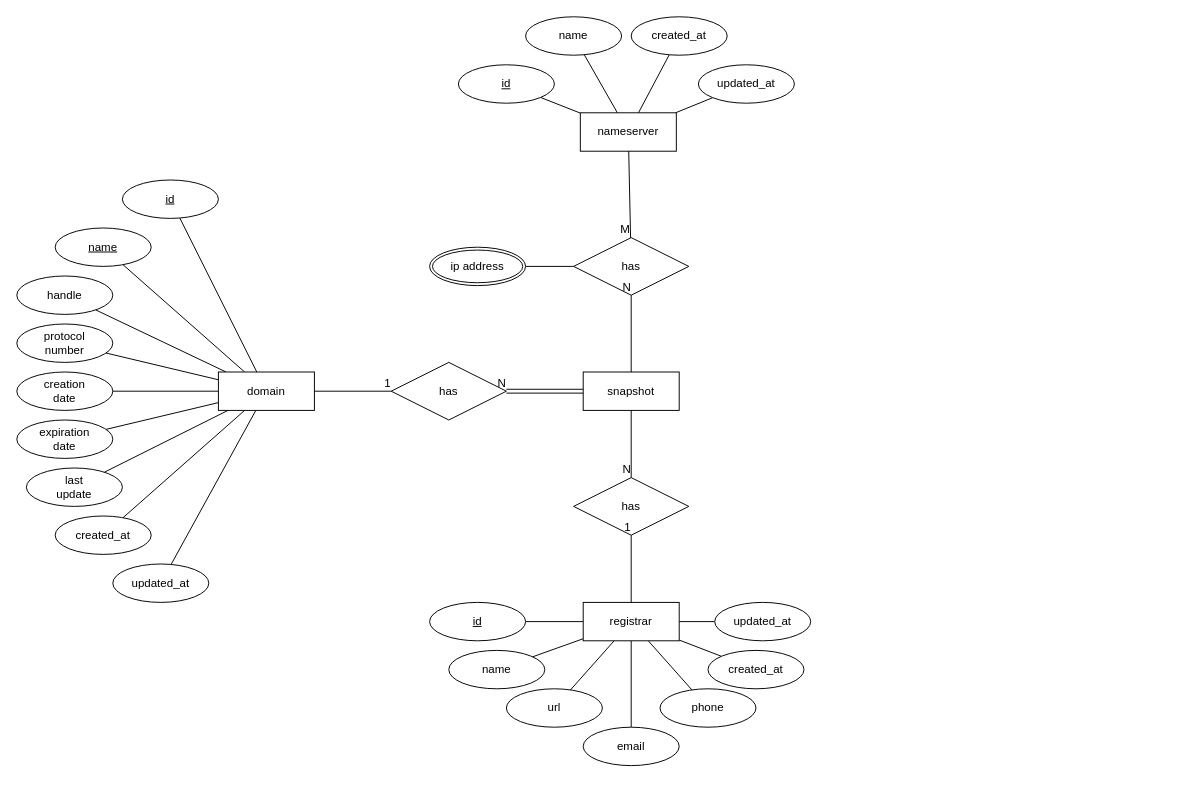
Before: model.drawio in aik8/whois-api, a draw.io diagram. Source tidied: cells renumbered, new cells numbered last; positions are measured from the earlier drawing's top-left corner, leaving out a move shared by most shapes. Both pictures are drawn from the tidied source at 96%, with x=0, y=0 at pixel (16, 16).
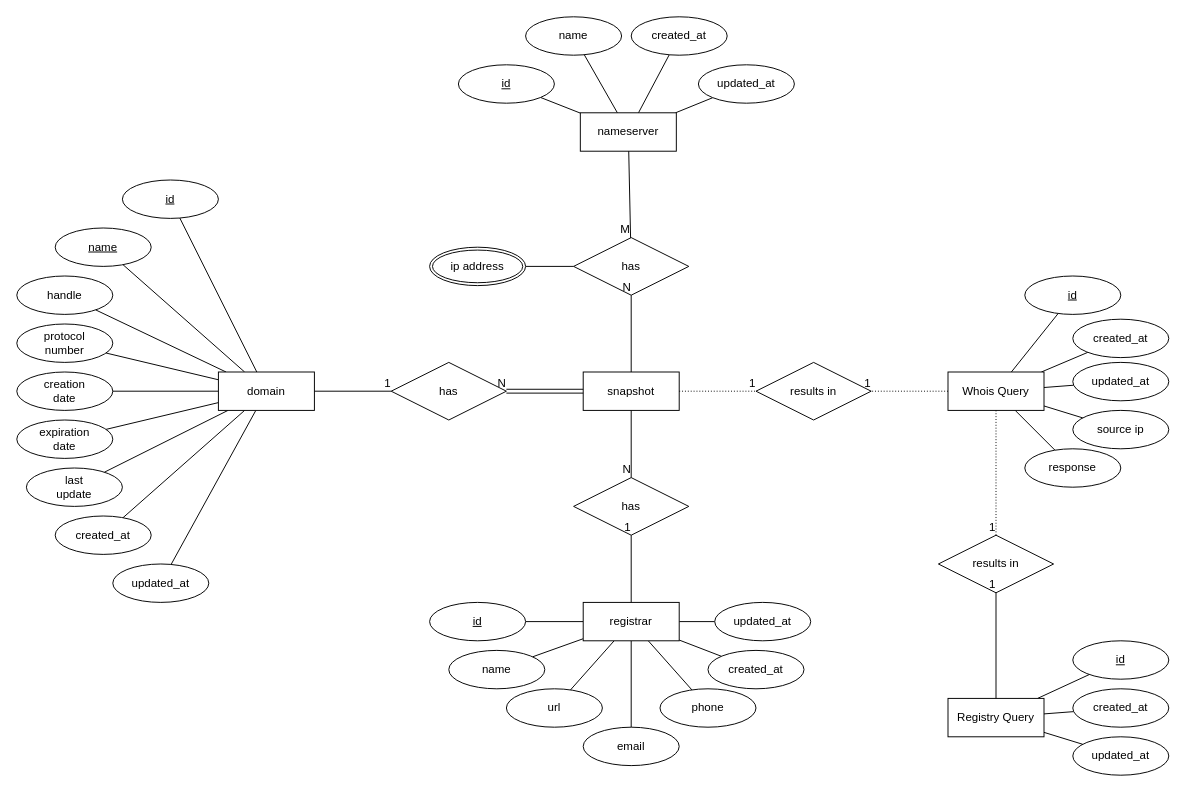
The same diagram, later.

Commit message:
chore(model): add a query log part to the model

The change refers to these unchanged cells:
```xml
<mxCell id="34" value="snapshot" style="whiteSpace=wrap;html=1;align=center;" parent="1" vertex="1">
  <mxGeometry x="590" y="370" width="100" height="40" as="geometry" />
</mxCell>
```

Diff of the diagram source:
```diff
@@
+    <mxCell id="63" style="edgeStyle=none;rounded=0;jettySize=auto;html=1;endArrow=none;endFill=0;" parent="1" edge="1" source="66" target="74">
+      <mxGeometry relative="1" as="geometry" />
+    </mxCell>
+    <mxCell id="64" style="edgeStyle=none;rounded=0;jettySize=auto;html=1;endArrow=none;endFill=0;" parent="1" edge="1" source="66" target="77">
+      <mxGeometry relative="1" as="geometry" />
+    </mxCell>
+    <mxCell id="65" style="edgeStyle=none;rounded=0;jettySize=auto;html=1;endArrow=none;endFill=0;" parent="1" edge="1" source="66" target="78">
+      <mxGeometry relative="1" as="geometry" />
+    </mxCell>
+    <mxCell id="66" value="Registry Query" style="whiteSpace=wrap;html=1;align=center;" parent="1" vertex="1">
+      <mxGeometry x="970" y="710" width="100" height="40" as="geometry" />
+    </mxCell>
+    <mxCell id="67" style="rounded=0;jettySize=auto;html=1;endArrow=none;endFill=0;" parent="1" edge="1" source="72" target="75">
+      <mxGeometry relative="1" as="geometry" />
+    </mxCell>
+    <mxCell id="68" style="edgeStyle=none;rounded=0;jettySize=auto;html=1;endArrow=none;endFill=0;" parent="1" edge="1" source="72" target="73">
+      <mxGeometry relative="1" as="geometry" />
+    </mxCell>
+    <mxCell id="69" style="edgeStyle=none;rounded=0;jettySize=auto;html=1;endArrow=none;endFill=0;" parent="1" edge="1" source="72" target="76">
+      <mxGeometry relative="1" as="geometry" />
+    </mxCell>
+    <mxCell id="70" style="edgeStyle=none;rounded=0;jettySize=auto;html=1;endArrow=none;endFill=0;" parent="1" edge="1" source="72" target="80">
+      <mxGeometry relative="1" as="geometry" />
+    </mxCell>
+    <mxCell id="71" style="edgeStyle=none;rounded=0;jettySize=auto;html=1;endArrow=none;endFill=0;" parent="1" edge="1" source="72" target="81">
+      <mxGeometry relative="1" as="geometry" />
+    </mxCell>
+    <mxCell id="72" value="Whois Query" style="whiteSpace=wrap;html=1;align=center;" parent="1" vertex="1">
+      <mxGeometry x="970" y="370" width="100" height="40" as="geometry" />
+    </mxCell>
+    <mxCell id="73" value="created_at" style="ellipse;whiteSpace=wrap;html=1;align=center;" parent="1" vertex="1">
+      <mxGeometry x="1100" y="315" width="100" height="40" as="geometry" />
+    </mxCell>
+    <mxCell id="74" value="id" style="ellipse;whiteSpace=wrap;html=1;align=center;fontStyle=4;" parent="1" vertex="1">
+      <mxGeometry x="1100" y="650" width="100" height="40" as="geometry" />
+    </mxCell>
+    <mxCell id="75" value="id" style="ellipse;whiteSpace=wrap;html=1;align=center;fontStyle=4;" parent="1" vertex="1">
+      <mxGeometry x="1050" y="270" width="100" height="40" as="geometry" />
+    </mxCell>
+    <mxCell id="76" value="updated_at" style="ellipse;whiteSpace=wrap;html=1;align=center;" parent="1" vertex="1">
+      <mxGeometry x="1100" y="360" width="100" height="40" as="geometry" />
+    </mxCell>
+    <mxCell id="77" value="created_at" style="ellipse;whiteSpace=wrap;html=1;align=center;" parent="1" vertex="1">
+      <mxGeometry x="1100" y="700" width="100" height="40" as="geometry" />
+    </mxCell>
+    <mxCell id="78" value="updated_at" style="ellipse;whiteSpace=wrap;html=1;align=center;" parent="1" vertex="1">
+      <mxGeometry x="1100" y="750" width="100" height="40" as="geometry" />
+    </mxCell>
+    <mxCell id="79" value="results in" style="shape=rhombus;perimeter=rhombusPerimeter;whiteSpace=wrap;html=1;align=center;" parent="1" vertex="1">
+      <mxGeometry x="770" y="360" width="120" height="60" as="geometry" />
+    </mxCell>
+    <mxCell id="80" value="source ip" style="ellipse;whiteSpace=wrap;html=1;align=center;" parent="1" vertex="1">
+      <mxGeometry x="1100" y="410" width="100" height="40" as="geometry" />
+    </mxCell>
+    <mxCell id="81" value="response" style="ellipse;whiteSpace=wrap;html=1;align=center;" parent="1" vertex="1">
+      <mxGeometry x="1050" y="450" width="100" height="40" as="geometry" />
+    </mxCell>
+    <mxCell id="82" value="results in" style="shape=rhombus;perimeter=rhombusPerimeter;whiteSpace=wrap;html=1;align=center;" parent="1" vertex="1">
+      <mxGeometry x="960" y="540" width="120" height="60" as="geometry" />
+    </mxCell>
+    <mxCell id="83" style="endArrow=none;html=1;rounded=0;dashed=1;dashPattern=1 2;" parent="1" edge="1" source="72" target="82">
+      <mxGeometry relative="1" as="geometry" />
+    </mxCell>
+    <mxCell id="84" value="1" style="html=1;align=right;verticalAlign=bottom;" parent="83" vertex="1">
+      <mxGeometry x="1" relative="1" as="geometry" />
+    </mxCell>
+    <mxCell id="85" style="endArrow=none;html=1;rounded=0;" parent="1" edge="1" source="66" target="82">
+      <mxGeometry relative="1" as="geometry" />
+    </mxCell>
+    <mxCell id="86" value="1" style="html=1;align=right;verticalAlign=bottom;" parent="85" vertex="1">
+      <mxGeometry x="1" relative="1" as="geometry" />
+    </mxCell>
+    <mxCell id="87" style="endArrow=none;html=1;rounded=0;dashed=1;dashPattern=1 2;" parent="1" edge="1" source="34" target="79">
+      <mxGeometry relative="1" as="geometry" />
+    </mxCell>
+    <mxCell id="88" value="1" style="html=1;align=right;verticalAlign=bottom;" parent="87" vertex="1">
+      <mxGeometry x="1" relative="1" as="geometry" />
+    </mxCell>
+    <mxCell id="89" style="endArrow=none;html=1;rounded=0;dashed=1;dashPattern=1 2;" parent="1" edge="1" source="72" target="79">
+      <mxGeometry relative="1" as="geometry" />
+    </mxCell>
+    <mxCell id="90" value="1" style="html=1;align=right;verticalAlign=bottom;" parent="89" vertex="1">
+      <mxGeometry x="1" relative="1" as="geometry" />
+    </mxCell>
```
